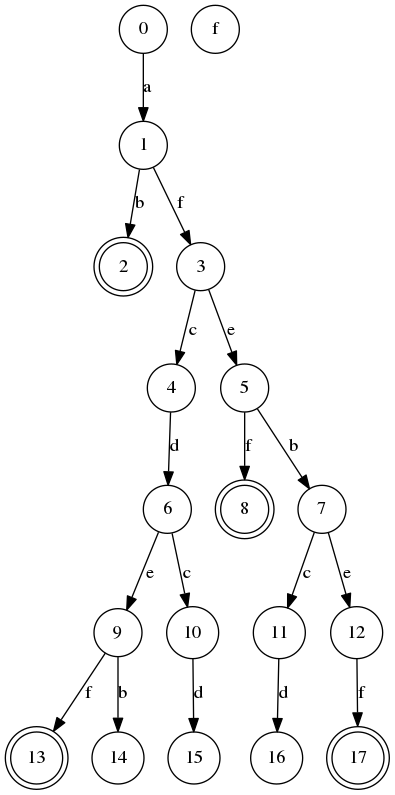
Earlier version of the Graphviz export states.png (dvberkel/bergen). Its source is kept beside it as states.dot.
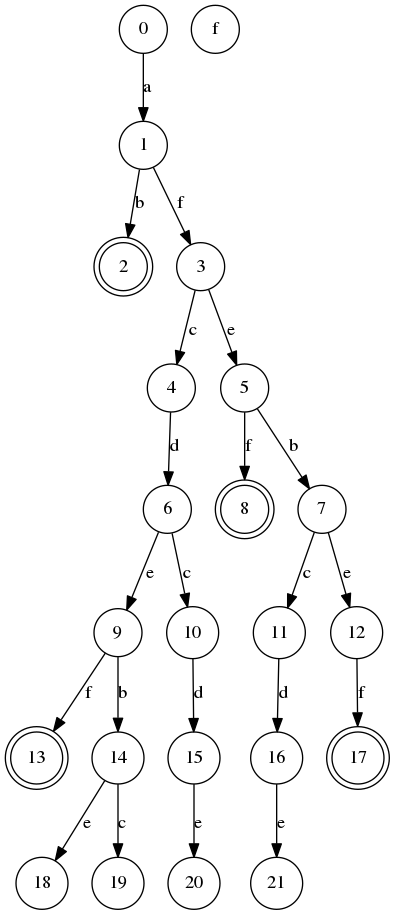
After the change.

Commit message:
Enter level 7

Change to the diagram source:
```diff
@@ -21,4 +21,9 @@
   10 -> 15 [label="d"];
   11 -> 16 [label="d"];
   12 -> 17 [label="f"];
+  14 -> 18 [label="e"];
+  14 -> 19 [label="c"];
+  15 -> 20 [label="e"];
+  16 -> 21 [label="e"];
+
 }
```
